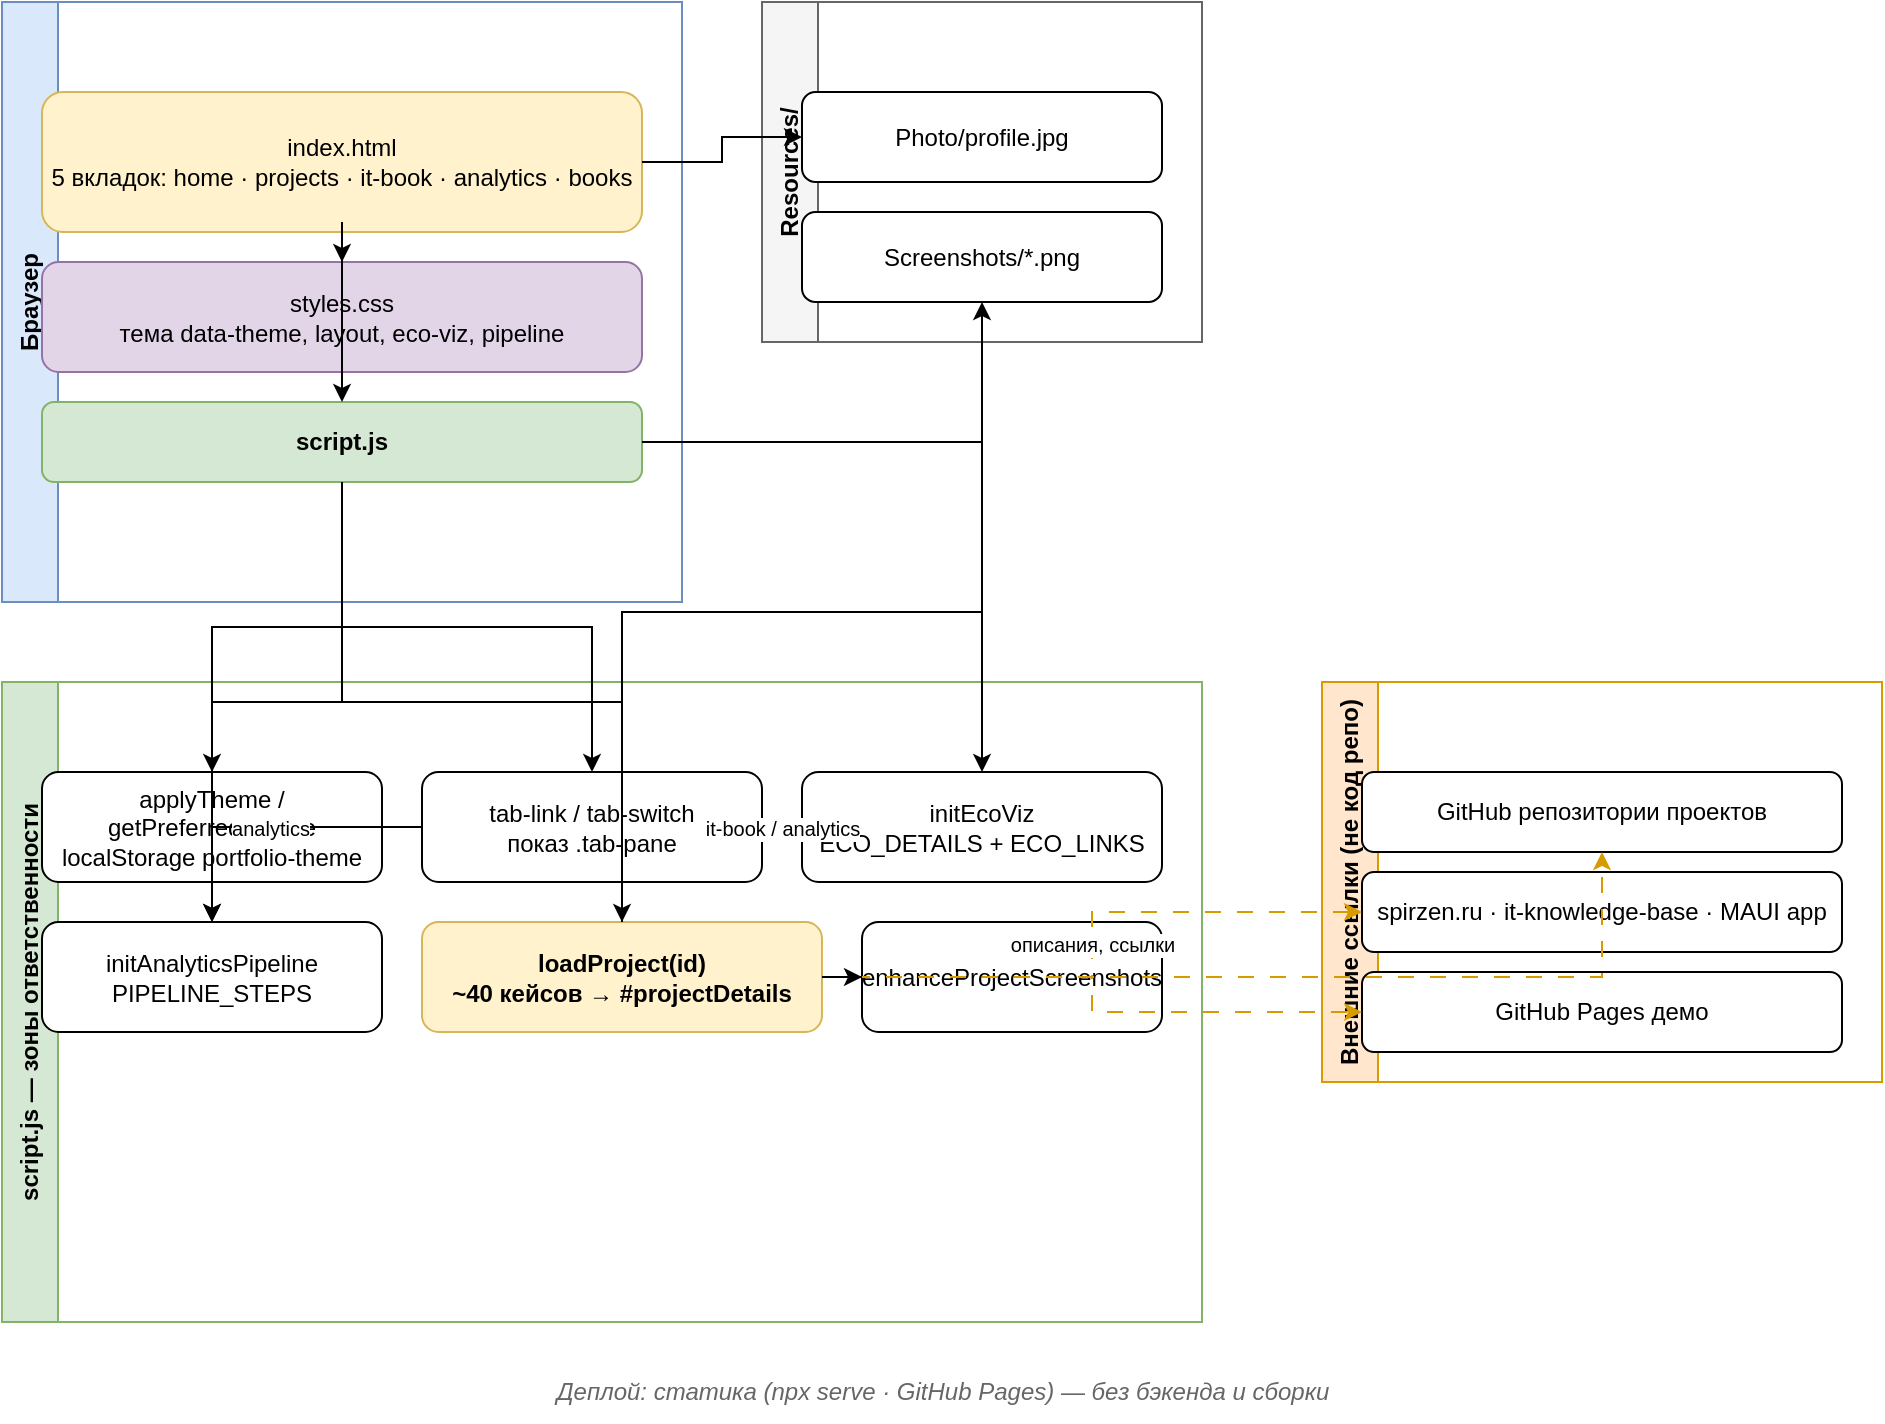
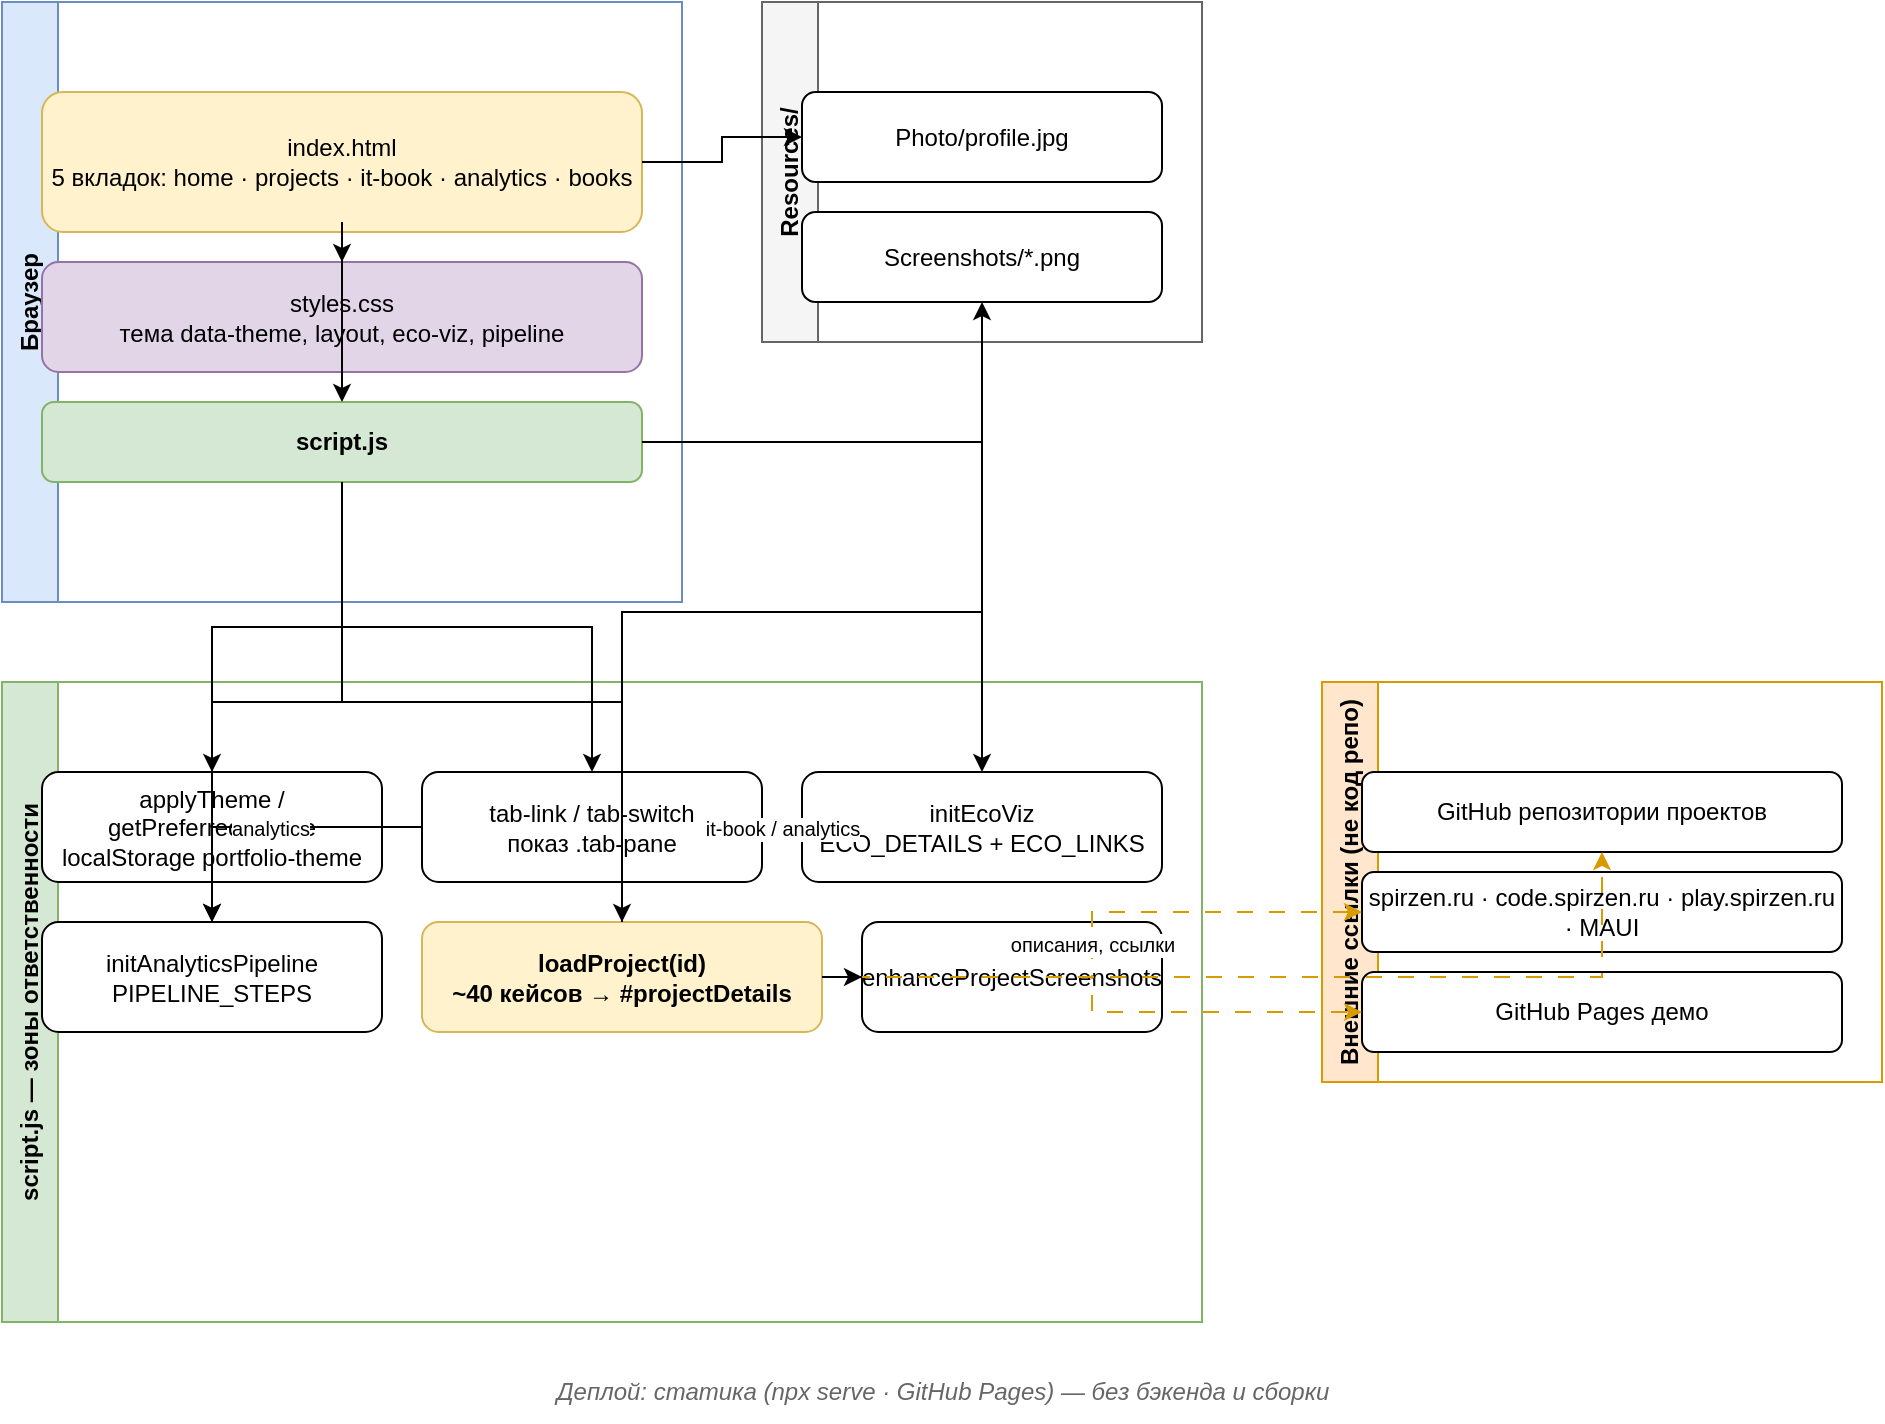
<mxfile host="app.diagrams.net" modified="2026-05-29T00:00:00.000Z" agent="Cursor" version="22.1.0" type="device">
  <diagram id="portfolio-l1" name="Portfolio L1">
    <mxGraphModel dx="1200" dy="800" grid="1" gridSize="10" guides="1" tooltips="1" connect="1" arrows="1" fold="1" page="1" pageScale="1" pageWidth="1400" pageHeight="900" math="0" shadow="0">
      <root>
        <mxCell id="0" />
        <mxCell id="1" parent="0" />

        <mxCell id="browser" value="Браузер" style="swimlane;horizontal=0;whiteSpace=wrap;html=1;fillColor=#dae8fc;strokeColor=#6c8ebf;fontStyle=1;startSize=28;" vertex="1" parent="1">
          <mxGeometry x="40" y="40" width="340" height="300" as="geometry" />
        </mxCell>
        <mxCell id="html" value="index.html&#xa;5 вкладок: home · projects · it-book · analytics · books" style="rounded=1;whiteSpace=wrap;html=1;fillColor=#fff2cc;strokeColor=#d6b656;" vertex="1" parent="browser">
          <mxGeometry x="20" y="45" width="300" height="70" as="geometry" />
        </mxCell>
        <mxCell id="css" value="styles.css&#xa;тема data-theme, layout, eco-viz, pipeline" style="rounded=1;whiteSpace=wrap;html=1;fillColor=#e1d5e7;strokeColor=#9673a6;" vertex="1" parent="browser">
          <mxGeometry x="20" y="130" width="300" height="55" as="geometry" />
        </mxCell>
        <mxCell id="js" value="script.js" style="rounded=1;whiteSpace=wrap;html=1;fillColor=#d5e8d4;strokeColor=#82b366;fontStyle=1" vertex="1" parent="browser">
          <mxGeometry x="20" y="200" width="300" height="40" as="geometry" />
        </mxCell>

        <mxCell id="assets" value="Resources/" style="swimlane;horizontal=0;whiteSpace=wrap;html=1;fillColor=#f5f5f5;strokeColor=#666666;fontStyle=1;startSize=28;" vertex="1" parent="1">
          <mxGeometry x="420" y="40" width="220" height="170" as="geometry" />
        </mxCell>
        <mxCell id="photo" value="Photo/profile.jpg" style="rounded=1;whiteSpace=wrap;html=1;" vertex="1" parent="assets">
          <mxGeometry x="20" y="45" width="180" height="45" as="geometry" />
        </mxCell>
        <mxCell id="shots" value="Screenshots/*.png" style="rounded=1;whiteSpace=wrap;html=1;" vertex="1" parent="assets">
          <mxGeometry x="20" y="105" width="180" height="45" as="geometry" />
        </mxCell>

        <mxCell id="jsmod" value="script.js — зоны ответственности" style="swimlane;horizontal=0;whiteSpace=wrap;html=1;fillColor=#d5e8d4;strokeColor=#82b366;fontStyle=1;startSize=28;" vertex="1" parent="1">
          <mxGeometry x="40" y="380" width="600" height="320" as="geometry" />
        </mxCell>
        <mxCell id="theme" value="applyTheme / getPreferredTheme&#xa;localStorage portfolio-theme" style="rounded=1;whiteSpace=wrap;html=1;" vertex="1" parent="jsmod">
          <mxGeometry x="20" y="45" width="170" height="55" as="geometry" />
        </mxCell>
        <mxCell id="tabs" value="tab-link / tab-switch&#xa;показ .tab-pane" style="rounded=1;whiteSpace=wrap;html=1;" vertex="1" parent="jsmod">
          <mxGeometry x="210" y="45" width="170" height="55" as="geometry" />
        </mxCell>
        <mxCell id="eco" value="initEcoViz&#xa;ECO_DETAILS + ECO_LINKS" style="rounded=1;whiteSpace=wrap;html=1;" vertex="1" parent="jsmod">
          <mxGeometry x="400" y="45" width="180" height="55" as="geometry" />
        </mxCell>
        <mxCell id="pipe" value="initAnalyticsPipeline&#xa;PIPELINE_STEPS" style="rounded=1;whiteSpace=wrap;html=1;" vertex="1" parent="jsmod">
          <mxGeometry x="20" y="120" width="170" height="55" as="geometry" />
        </mxCell>
        <mxCell id="projects" value="loadProject(id)&#xa;~40 кейсов → #projectDetails" style="rounded=1;whiteSpace=wrap;html=1;fillColor=#fff2cc;strokeColor=#d6b656;fontStyle=1" vertex="1" parent="jsmod">
          <mxGeometry x="210" y="120" width="200" height="55" as="geometry" />
        </mxCell>
        <mxCell id="screens" value="enhanceProjectScreenshots" style="rounded=1;whiteSpace=wrap;html=1;" vertex="1" parent="jsmod">
          <mxGeometry x="430" y="120" width="150" height="55" as="geometry" />
        </mxCell>

        <mxCell id="external" value="Внешние ссылки (не код репо)" style="swimlane;horizontal=0;whiteSpace=wrap;html=1;fillColor=#ffe6cc;strokeColor=#d79b00;fontStyle=1;startSize=28;" vertex="1" parent="1">
          <mxGeometry x="700" y="380" width="280" height="200" as="geometry" />
        </mxCell>
        <mxCell id="gh" value="GitHub репозитории проектов" style="rounded=1;whiteSpace=wrap;html=1;" vertex="1" parent="external">
          <mxGeometry x="20" y="45" width="240" height="40" as="geometry" />
        </mxCell>
-         <mxCell id="spirzen" value="spirzen.ru · it-knowledge-base · MAUI app" style="rounded=1;whiteSpace=wrap;html=1;" vertex="1" parent="external">
+         <mxCell id="spirzen" value="spirzen.ru · code.spirzen.ru · play.spirzen.ru · MAUI" style="rounded=1;whiteSpace=wrap;html=1;" vertex="1" parent="external">
          <mxGeometry x="20" y="95" width="240" height="40" as="geometry" />
        </mxCell>
        <mxCell id="demo" value="GitHub Pages демо" style="rounded=1;whiteSpace=wrap;html=1;" vertex="1" parent="external">
          <mxGeometry x="20" y="145" width="240" height="40" as="geometry" />
        </mxCell>

        <mxCell id="deploy" value="Деплой: статика (npx serve · GitHub Pages) — без бэкенда и сборки" style="text;html=1;strokeColor=none;fillColor=none;align=center;verticalAlign=middle;fontStyle=2;fontColor=#666666;" vertex="1" parent="1">
          <mxGeometry x="40" y="720" width="940" height="30" as="geometry" />
        </mxCell>

        <mxCell id="e1" style="edgeStyle=orthogonalEdgeStyle;rounded=0;orthogonalLoop=1;jettySize=auto;html=1;endArrow=classic;" edge="1" parent="1" source="html" target="css">
          <mxGeometry relative="1" as="geometry" />
        </mxCell>
        <mxCell id="e2" style="edgeStyle=orthogonalEdgeStyle;rounded=0;orthogonalLoop=1;jettySize=auto;html=1;endArrow=classic;" edge="1" parent="1" source="html" target="js">
          <mxGeometry relative="1" as="geometry" />
        </mxCell>
        <mxCell id="e3" style="edgeStyle=orthogonalEdgeStyle;rounded=0;orthogonalLoop=1;jettySize=auto;html=1;endArrow=classic;" edge="1" parent="1" source="js" target="theme">
          <mxGeometry relative="1" as="geometry" />
        </mxCell>
        <mxCell id="e4" style="edgeStyle=orthogonalEdgeStyle;rounded=0;orthogonalLoop=1;jettySize=auto;html=1;endArrow=classic;" edge="1" parent="1" source="js" target="tabs">
          <mxGeometry relative="1" as="geometry" />
        </mxCell>
        <mxCell id="e5" style="edgeStyle=orthogonalEdgeStyle;rounded=0;orthogonalLoop=1;jettySize=auto;html=1;endArrow=classic;" edge="1" parent="1" source="js" target="eco">
          <mxGeometry relative="1" as="geometry" />
        </mxCell>
        <mxCell id="e6" style="edgeStyle=orthogonalEdgeStyle;rounded=0;orthogonalLoop=1;jettySize=auto;html=1;endArrow=classic;" edge="1" parent="1" source="js" target="pipe">
          <mxGeometry relative="1" as="geometry" />
        </mxCell>
        <mxCell id="e7" style="edgeStyle=orthogonalEdgeStyle;rounded=0;orthogonalLoop=1;jettySize=auto;html=1;endArrow=classic;" edge="1" parent="1" source="js" target="projects">
          <mxGeometry relative="1" as="geometry" />
        </mxCell>
        <mxCell id="e8" style="edgeStyle=orthogonalEdgeStyle;rounded=0;orthogonalLoop=1;jettySize=auto;html=1;endArrow=classic;" edge="1" parent="1" source="projects" target="shots">
          <mxGeometry relative="1" as="geometry" />
        </mxCell>
        <mxCell id="e9" style="edgeStyle=orthogonalEdgeStyle;rounded=0;orthogonalLoop=1;jettySize=auto;html=1;endArrow=classic;" edge="1" parent="1" source="html" target="photo">
          <mxGeometry relative="1" as="geometry" />
        </mxCell>
        <mxCell id="e10" style="edgeStyle=orthogonalEdgeStyle;rounded=0;orthogonalLoop=1;jettySize=auto;html=1;endArrow=classic;dashed=1;dashPattern=8 8;strokeColor=#d79b00;" edge="1" parent="1" source="projects" target="gh">
          <mxGeometry relative="1" as="geometry" />
        </mxCell>
        <mxCell id="e11" value="описания, ссылки" style="edgeStyle=orthogonalEdgeStyle;rounded=0;orthogonalLoop=1;jettySize=auto;html=1;endArrow=classic;dashed=1;dashPattern=8 8;strokeColor=#d79b00;fontSize=10;" edge="1" parent="1" source="projects" target="spirzen">
          <mxGeometry relative="1" as="geometry" />
        </mxCell>
        <mxCell id="e12" style="edgeStyle=orthogonalEdgeStyle;rounded=0;orthogonalLoop=1;jettySize=auto;html=1;endArrow=classic;dashed=1;dashPattern=8 8;strokeColor=#d79b00;" edge="1" parent="1" source="projects" target="demo">
          <mxGeometry relative="1" as="geometry" />
        </mxCell>
        <mxCell id="e13" value="it-book / analytics" style="edgeStyle=orthogonalEdgeStyle;rounded=0;orthogonalLoop=1;jettySize=auto;html=1;endArrow=classic;fontSize=10;" edge="1" parent="1" source="tabs" target="eco">
          <mxGeometry relative="1" as="geometry" />
        </mxCell>
        <mxCell id="e14" value="analytics" style="edgeStyle=orthogonalEdgeStyle;rounded=0;orthogonalLoop=1;jettySize=auto;html=1;endArrow=classic;fontSize=10;" edge="1" parent="1" source="tabs" target="pipe">
          <mxGeometry relative="1" as="geometry" />
        </mxCell>
        <mxCell id="e15" style="edgeStyle=orthogonalEdgeStyle;rounded=0;orthogonalLoop=1;jettySize=auto;html=1;endArrow=classic;" edge="1" parent="1" source="projects" target="screens">
          <mxGeometry relative="1" as="geometry" />
        </mxCell>
      </root>
    </mxGraphModel>
  </diagram>
</mxfile>
